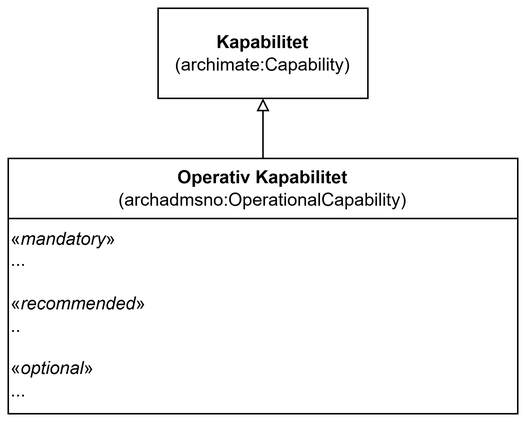
The draw.io diagram archadms-ap-no/docs/images/KlassenOperationalCapability.png in jimjyang/playground, before a commit. Source tidied: cells renumbered, new cells last; positions are measured from the earlier drawing's top-left corner, leaving out a move shared by most shapes.
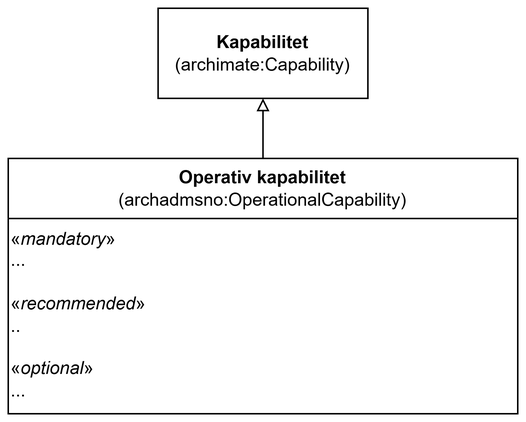
Later version of the same file.

Change to the diagram source:
```diff
@@ -2,10 +2,10 @@
   <root>
     <mxCell id="0" />
     <mxCell id="1" parent="0" />
-    <mxCell id="2" value="&lt;div&gt;Operativ Kapabilitet&lt;/div&gt;&lt;div&gt;&lt;span style=&quot;font-weight: normal;&quot;&gt;(archadmsno:OperationalCapability)&lt;/span&gt;&lt;/div&gt;" style="swimlane;whiteSpace=wrap;html=1;startSize=40;" parent="1" vertex="1">
+    <mxCell id="2" value="&lt;div&gt;Operativ kapabilitet&lt;/div&gt;&lt;div&gt;&lt;span style=&quot;font-weight: normal;&quot;&gt;(archadmsno:OperationalCapability)&lt;/span&gt;&lt;/div&gt;" style="swimlane;whiteSpace=wrap;html=1;startSize=40;" parent="1" vertex="1">
       <mxGeometry y="100" width="340" height="170" as="geometry" />
     </mxCell>
-    <mxCell id="3" value="&lt;div&gt;«&lt;i&gt;mandatory&lt;/i&gt;»&lt;/div&gt;&lt;div&gt;...&lt;/div&gt;&lt;div&gt;&lt;br&gt;&lt;/div&gt;&lt;div&gt;«&lt;i&gt;recommended&lt;/i&gt;»&lt;/div&gt;&lt;div&gt;&lt;span style=&quot;background-color: transparent; color: light-dark(rgb(0, 0, 0), rgb(255, 255, 255));&quot;&gt;..&lt;/span&gt;&lt;/div&gt;&lt;div&gt;&lt;br&gt;&lt;/div&gt;&lt;div&gt;«&lt;i&gt;optional&lt;/i&gt;»&lt;/div&gt;&lt;div&gt;&lt;span style=&quot;background-color: transparent; color: light-dark(rgb(0, 0, 0), rgb(255, 255, 255));&quot;&gt;...&lt;/span&gt;&lt;/div&gt;" style="text;html=1;whiteSpace=wrap;strokeColor=none;fillColor=none;align=left;verticalAlign=top;rounded=0;" parent="2" vertex="1">
+    <mxCell id="3" value="&lt;div&gt;«&lt;i&gt;mandatory&lt;/i&gt;»&lt;/div&gt;&lt;div&gt;&lt;span style=&quot;background-color: transparent; color: light-dark(rgb(0, 0, 0), rgb(255, 255, 255));&quot;&gt;...&lt;/span&gt;&lt;/div&gt;&lt;div&gt;&lt;br&gt;&lt;/div&gt;&lt;div&gt;«&lt;i&gt;recommended&lt;/i&gt;»&lt;/div&gt;&lt;div&gt;&lt;span style=&quot;background-color: transparent; color: light-dark(rgb(0, 0, 0), rgb(255, 255, 255));&quot;&gt;..&lt;/span&gt;&lt;/div&gt;&lt;div&gt;&lt;br&gt;&lt;/div&gt;&lt;div&gt;«&lt;i&gt;optional&lt;/i&gt;»&lt;/div&gt;&lt;div&gt;&lt;span style=&quot;background-color: transparent; color: light-dark(rgb(0, 0, 0), rgb(255, 255, 255));&quot;&gt;...&lt;/span&gt;&lt;/div&gt;" style="text;html=1;whiteSpace=wrap;strokeColor=none;fillColor=none;align=left;verticalAlign=top;rounded=0;" parent="2" vertex="1">
       <mxGeometry y="40" width="320" height="130" as="geometry" />
     </mxCell>
     <mxCell id="4" style="endArrow=block;html=1;rounded=0;entryX=0.5;entryY=1;entryDx=0;entryDy=0;exitX=0.5;exitY=0;exitDx=0;exitDy=0;endFill=0;" parent="1" edge="1" source="2" target="5">
```
